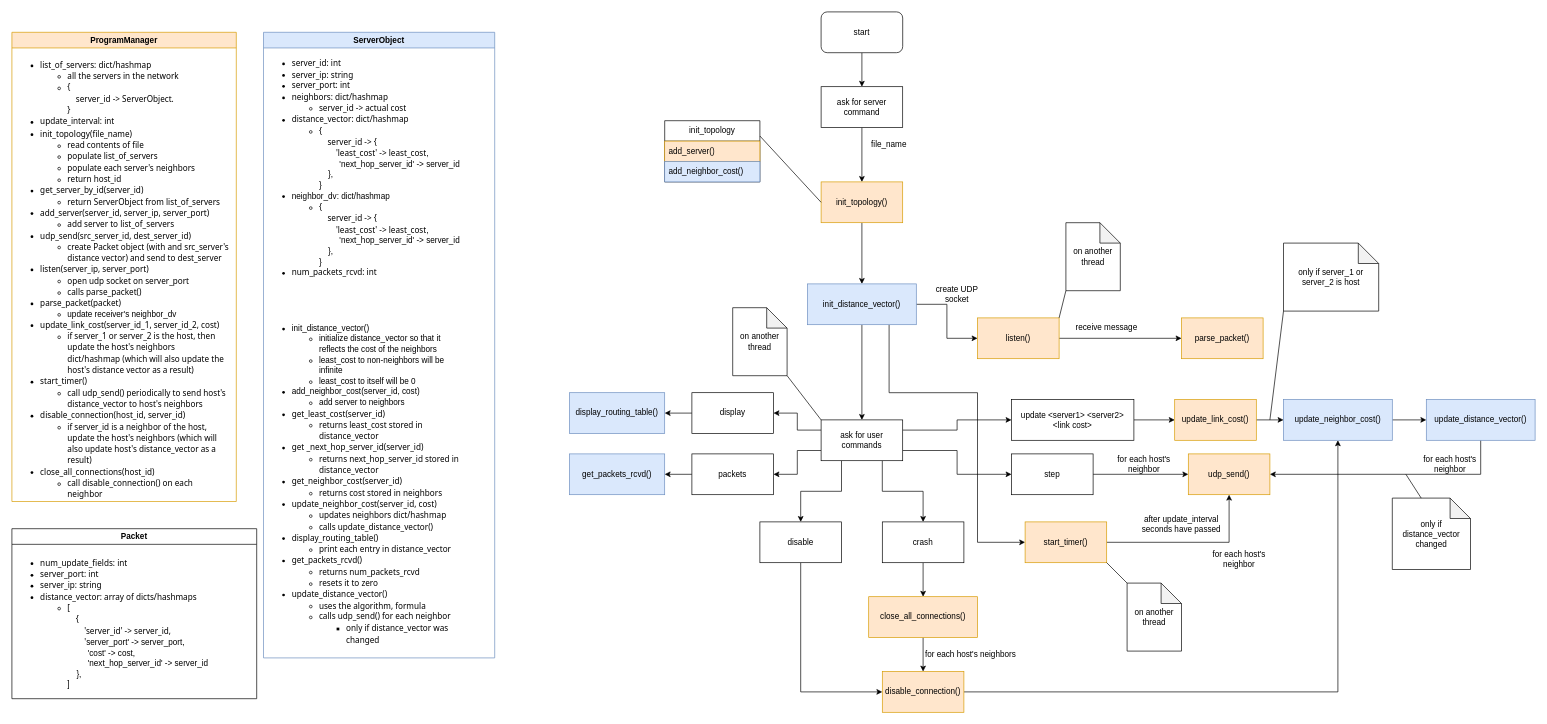
The draw.io diagram pa2.drawio in ntrllog/Distance-Vector-Routing, before the edit. Source tidied: cells renumbered, new cells numbered last; positions are measured from the earlier drawing's top-left corner, leaving out a move shared by most shapes. Both pictures are drawn from the tidied source at 68%, with x=0, y=0 at pixel (12, 12).
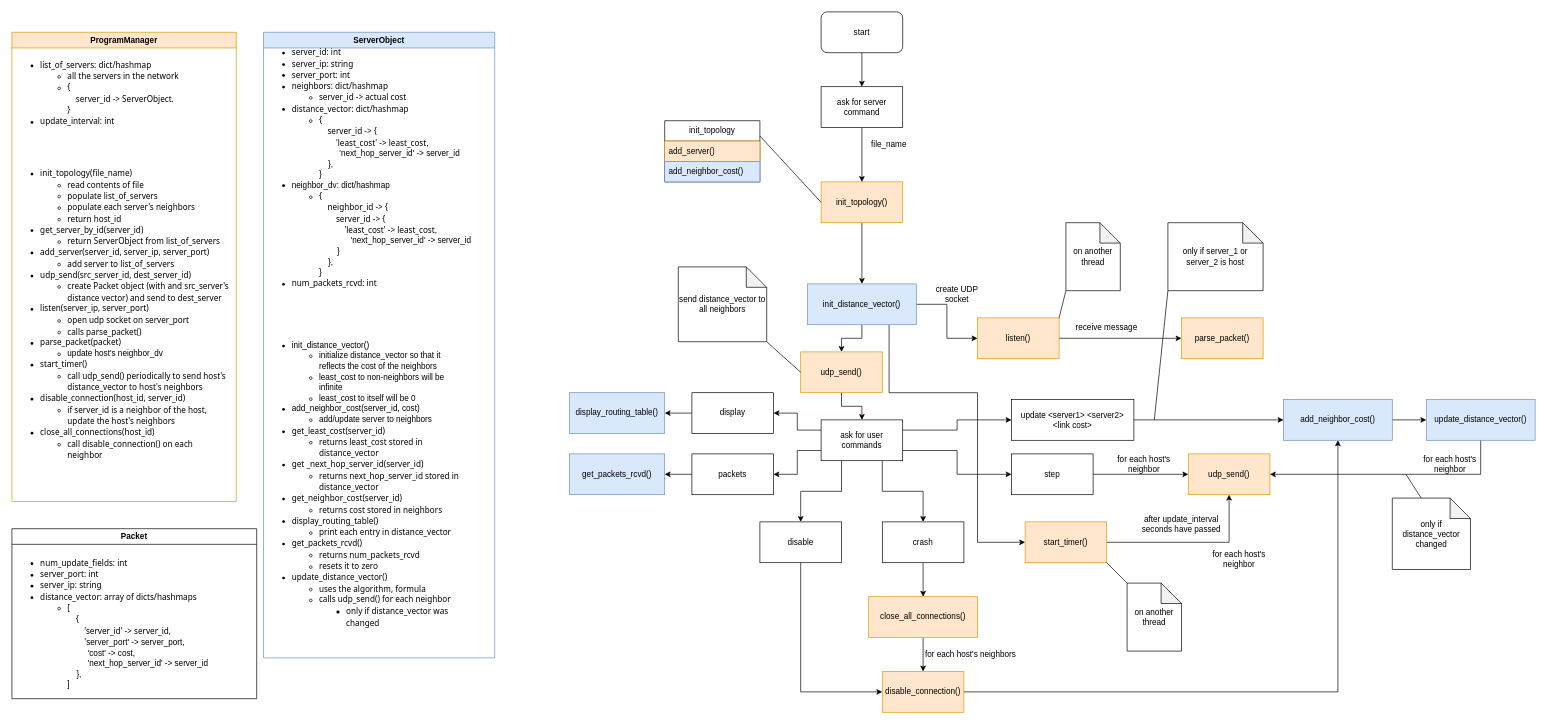
Above is the later version.

The change refers to these unchanged cells:
```xml
<mxCell id="2" value="ProgramManager" style="swimlane;whiteSpace=wrap;html=1;fillColor=#ffe6cc;strokeColor=#d79b00;" parent="1" vertex="1">
  <mxGeometry y="30" width="330" height="690" as="geometry" />
</mxCell>
<mxCell id="5" value="ServerObject" style="swimlane;whiteSpace=wrap;html=1;fillColor=#dae8fc;strokeColor=#6c8ebf;" parent="1" vertex="1">
  <mxGeometry x="370" y="30" width="340" height="920" as="geometry" />
</mxCell>
<mxCell id="17" value="init_distance_vector()" style="rounded=0;whiteSpace=wrap;html=1;fillColor=#dae8fc;strokeColor=#6c8ebf;" parent="1" vertex="1">
  <mxGeometry x="1170" y="400" width="160" height="60" as="geometry" />
</mxCell>
<mxCell id="28" value="ask for user commands" style="rounded=0;whiteSpace=wrap;html=1;" parent="1" vertex="1">
  <mxGeometry x="1190" y="600" width="120" height="60" as="geometry" />
</mxCell>
<mxCell id="30" value="update &amp;lt;server1&amp;gt; &amp;lt;server2&amp;gt; &amp;lt;link cost&amp;gt;" style="rounded=0;whiteSpace=wrap;html=1;" parent="1" vertex="1">
  <mxGeometry x="1470" y="570" width="180" height="60" as="geometry" />
</mxCell>
```

What changed in the source:
```diff
@@
-    <mxCell id="4" value="&lt;p style=&quot;line-height: 130%;&quot;&gt;&lt;/p&gt;&lt;div align=&quot;left&quot;&gt;&lt;ul style=&quot;line-height: 130%;&quot;&gt;&lt;li&gt;&lt;font face=&quot;Tahoma&quot;&gt;init_topology(file_name)&lt;br&gt;&lt;/font&gt;&lt;/li&gt;&lt;ul style=&quot;line-height: 130%;&quot;&gt;&lt;li style=&quot;border-color: var(--border-color);&quot;&gt;&lt;font style=&quot;border-color: var(--border-color);&quot; face=&quot;Tahoma&quot;&gt;read contents of file&lt;/font&gt;&lt;/li&gt;&lt;li&gt;&lt;font face=&quot;Tahoma&quot;&gt;populate list_of_servers&lt;/font&gt;&lt;/li&gt;&lt;li&gt;&lt;font face=&quot;Tahoma&quot;&gt;populate each server's neighbors&lt;/font&gt;&lt;/li&gt;&lt;li&gt;&lt;font face=&quot;Tahoma&quot;&gt;return host_id&lt;/font&gt;&lt;/li&gt;&lt;/ul&gt;&lt;li&gt;&lt;font face=&quot;Tahoma&quot;&gt;get_server_by_id(server_id)&lt;/font&gt;&lt;/li&gt;&lt;ul&gt;&lt;li&gt;&lt;font face=&quot;Tahoma&quot;&gt;return ServerObject from list_of_servers&lt;/font&gt;&lt;/li&gt;&lt;/ul&gt;&lt;li&gt;&lt;font face=&quot;Tahoma&quot;&gt;add_server(server_id, server_ip, server_port)&lt;/font&gt;&lt;/li&gt;&lt;ul&gt;&lt;li&gt;&lt;font face=&quot;Tahoma&quot;&gt;add server to list_of_servers&lt;/font&gt;&lt;/li&gt;&lt;/ul&gt;&lt;li&gt;&lt;font face=&quot;Tahoma&quot;&gt;udp_send(src_server_id, dest_server_id)&lt;/font&gt;&lt;/li&gt;&lt;ul&gt;&lt;li&gt;&lt;font face=&quot;Tahoma&quot;&gt;create Packet object (with and src_server's distance vector) and send to dest_server&lt;/font&gt;&lt;/li&gt;&lt;/ul&gt;&lt;li&gt;&lt;font face=&quot;Tahoma&quot;&gt;listen(server_ip, server_port)&lt;/font&gt;&lt;/li&gt;&lt;ul&gt;&lt;li&gt;&lt;font face=&quot;Tahoma&quot;&gt;open udp socket on server_port&lt;/font&gt;&lt;/li&gt;&lt;li&gt;&lt;font face=&quot;Tahoma&quot;&gt;calls parse_packet()&lt;/font&gt;&lt;/li&gt;&lt;/ul&gt;&lt;li&gt;&lt;font face=&quot;Tahoma&quot;&gt;parse_packet(packet)&lt;/font&gt;&lt;/li&gt;&lt;ul&gt;&lt;li&gt;update receiver's neighbor_dv&lt;/li&gt;&lt;/ul&gt;&lt;li&gt;&lt;font face=&quot;Tahoma&quot;&gt;update_link_cost(server_id_1, server_id_2, cost)&lt;/font&gt;&lt;/li&gt;&lt;ul&gt;&lt;li&gt;&lt;font face=&quot;Tahoma&quot;&gt;if server_1 or server_2 is the host, then update the host's neighbors dict/hashmap (which will also update the host's distance vector as a result)&lt;/font&gt;&lt;/li&gt;&lt;/ul&gt;&lt;li&gt;&lt;font face=&quot;Tahoma&quot;&gt;start_timer()&lt;/font&gt;&lt;/li&gt;&lt;ul&gt;&lt;li&gt;&lt;font face=&quot;Tahoma&quot;&gt;call udp_send() periodically to send host's distance_vector to host's neighbors&lt;/font&gt;&lt;/li&gt;&lt;/ul&gt;&lt;li&gt;&lt;font face=&quot;Tahoma&quot;&gt;disable_connection(host_id, server_id)&lt;/font&gt;&lt;/li&gt;&lt;ul&gt;&lt;li&gt;&lt;font face=&quot;Tahoma&quot;&gt;if server_id is a neighbor of the host, update the host's neighbors (which will also update host's distance_vector as a result)&lt;/font&gt;&lt;/li&gt;&lt;/ul&gt;&lt;li&gt;&lt;font face=&quot;Tahoma&quot;&gt;close_all_connections(host_id)&lt;/font&gt;&lt;/li&gt;&lt;ul&gt;&lt;li&gt;&lt;font face=&quot;Tahoma&quot;&gt;call disable_connection() on each neighbor&lt;/font&gt;&lt;/li&gt;&lt;/ul&gt;&lt;/ul&gt;&lt;/div&gt;&lt;p&gt;&lt;/p&gt;" style="text;html=1;strokeColor=none;fillColor=none;align=left;verticalAlign=middle;whiteSpace=wrap;rounded=0;" parent="2" vertex="1">
+    <mxCell id="4" value="&lt;p style=&quot;line-height: 130%;&quot;&gt;&lt;/p&gt;&lt;div align=&quot;left&quot;&gt;&lt;ul style=&quot;line-height: 130%;&quot;&gt;&lt;li&gt;&lt;font face=&quot;Tahoma&quot;&gt;init_topology(file_name)&lt;br&gt;&lt;/font&gt;&lt;/li&gt;&lt;ul style=&quot;line-height: 130%;&quot;&gt;&lt;li style=&quot;border-color: var(--border-color);&quot;&gt;&lt;font style=&quot;border-color: var(--border-color);&quot; face=&quot;Tahoma&quot;&gt;read contents of file&lt;/font&gt;&lt;/li&gt;&lt;li&gt;&lt;font face=&quot;Tahoma&quot;&gt;populate list_of_servers&lt;/font&gt;&lt;/li&gt;&lt;li&gt;&lt;font face=&quot;Tahoma&quot;&gt;populate each server's neighbors&lt;/font&gt;&lt;/li&gt;&lt;li&gt;&lt;font face=&quot;Tahoma&quot;&gt;return host_id&lt;/font&gt;&lt;/li&gt;&lt;/ul&gt;&lt;li&gt;&lt;font face=&quot;Tahoma&quot;&gt;get_server_by_id(server_id)&lt;/font&gt;&lt;/li&gt;&lt;ul&gt;&lt;li&gt;&lt;font face=&quot;Tahoma&quot;&gt;return ServerObject from list_of_servers&lt;/font&gt;&lt;/li&gt;&lt;/ul&gt;&lt;li&gt;&lt;font face=&quot;Tahoma&quot;&gt;add_server(server_id, server_ip, server_port)&lt;/font&gt;&lt;/li&gt;&lt;ul&gt;&lt;li&gt;&lt;font face=&quot;Tahoma&quot;&gt;add server to list_of_servers&lt;/font&gt;&lt;/li&gt;&lt;/ul&gt;&lt;li&gt;&lt;font face=&quot;Tahoma&quot;&gt;udp_send(src_server_id, dest_server_id)&lt;/font&gt;&lt;/li&gt;&lt;ul&gt;&lt;li&gt;&lt;font face=&quot;Tahoma&quot;&gt;create Packet object (with and src_server's distance vector) and send to dest_server&lt;/font&gt;&lt;/li&gt;&lt;/ul&gt;&lt;li&gt;&lt;font face=&quot;Tahoma&quot;&gt;listen(server_ip, server_port)&lt;/font&gt;&lt;/li&gt;&lt;ul&gt;&lt;li&gt;&lt;font face=&quot;Tahoma&quot;&gt;open udp socket on server_port&lt;/font&gt;&lt;/li&gt;&lt;li&gt;&lt;font face=&quot;Tahoma&quot;&gt;calls parse_packet()&lt;/font&gt;&lt;/li&gt;&lt;/ul&gt;&lt;li&gt;&lt;font face=&quot;Tahoma&quot;&gt;parse_packet(packet)&lt;/font&gt;&lt;/li&gt;&lt;ul&gt;&lt;li&gt;update host's neighbor_dv&lt;/li&gt;&lt;/ul&gt;&lt;li&gt;&lt;font face=&quot;Tahoma&quot;&gt;start_timer()&lt;/font&gt;&lt;/li&gt;&lt;ul&gt;&lt;li&gt;&lt;font face=&quot;Tahoma&quot;&gt;call udp_send() periodically to send host's distance_vector to host's neighbors&lt;/font&gt;&lt;/li&gt;&lt;/ul&gt;&lt;li&gt;&lt;font face=&quot;Tahoma&quot;&gt;disable_connection(host_id, server_id)&lt;/font&gt;&lt;/li&gt;&lt;ul&gt;&lt;li&gt;&lt;font face=&quot;Tahoma&quot;&gt;if server_id is a neighbor of the host, update the host's neighbors&lt;/font&gt;&lt;/li&gt;&lt;/ul&gt;&lt;li&gt;&lt;font face=&quot;Tahoma&quot;&gt;close_all_connections(host_id)&lt;/font&gt;&lt;/li&gt;&lt;ul&gt;&lt;li&gt;&lt;font face=&quot;Tahoma&quot;&gt;call disable_connection() on each neighbor&lt;/font&gt;&lt;/li&gt;&lt;/ul&gt;&lt;/ul&gt;&lt;/div&gt;&lt;p&gt;&lt;/p&gt;" style="text;html=1;strokeColor=none;fillColor=none;align=left;verticalAlign=middle;whiteSpace=wrap;rounded=0;" parent="2" vertex="1">
       <mxGeometry y="150" width="320" height="530" as="geometry" />
     </mxCell>
@@
-    <mxCell id="6" value="&lt;p style=&quot;line-height: 120%;&quot;&gt;&lt;/p&gt;&lt;div align=&quot;left&quot;&gt;&lt;ul style=&quot;line-height: 130%;&quot;&gt;&lt;li&gt;&lt;font face=&quot;Tahoma&quot;&gt;server_id: int&lt;/font&gt;&lt;/li&gt;&lt;li&gt;&lt;font face=&quot;Tahoma&quot;&gt;server_ip: string&lt;/font&gt;&lt;/li&gt;&lt;li&gt;&lt;font face=&quot;Tahoma&quot;&gt;server_port: int&lt;/font&gt;&lt;/li&gt;&lt;li&gt;&lt;font face=&quot;Tahoma&quot;&gt;neighbors: dict/hashmap&lt;/font&gt;&lt;/li&gt;&lt;ul style=&quot;line-height: 130%;&quot;&gt;&lt;li&gt;&lt;font face=&quot;Tahoma&quot;&gt;server_id -&amp;gt; actual cost&lt;/font&gt;&lt;/li&gt;&lt;/ul&gt;&lt;li&gt;&lt;font face=&quot;Tahoma&quot;&gt;distance_vector: dict/hashmap&lt;/font&gt;&lt;/li&gt;&lt;ul style=&quot;line-height: 130%;&quot;&gt;&lt;li&gt;&lt;font face=&quot;Tahoma&quot;&gt;{&lt;br&gt;&amp;nbsp; &amp;nbsp; server_id -&amp;gt; {&lt;br&gt;&amp;nbsp; &amp;nbsp; &amp;nbsp; &amp;nbsp; 'least_cost' -&amp;gt; least_cost&lt;/font&gt;,&lt;br&gt;&amp;nbsp; &amp;nbsp; &amp;nbsp; &amp;nbsp; &amp;nbsp;'next_hop_server_id' -&amp;gt; server_id&lt;br&gt;&amp;nbsp; &amp;nbsp; },&lt;br&gt;}&lt;/li&gt;&lt;/ul&gt;&lt;li&gt;neighbor_dv: dict/hashmap&lt;/li&gt;&lt;ul&gt;&lt;li style=&quot;border-color: var(--border-color);&quot;&gt;&lt;font style=&quot;border-color: var(--border-color);&quot; face=&quot;Tahoma&quot;&gt;{&lt;br style=&quot;border-color: var(--border-color);&quot;&gt;&amp;nbsp; &amp;nbsp; server_id -&amp;gt; {&lt;br style=&quot;border-color: var(--border-color);&quot;&gt;&amp;nbsp; &amp;nbsp; &amp;nbsp; &amp;nbsp; 'least_cost' -&amp;gt; least_cost&lt;/font&gt;,&lt;br style=&quot;border-color: var(--border-color);&quot;&gt;&amp;nbsp; &amp;nbsp; &amp;nbsp; &amp;nbsp; &amp;nbsp;'next_hop_server_id' -&amp;gt; server_id&lt;br style=&quot;border-color: var(--border-color);&quot;&gt;&amp;nbsp; &amp;nbsp; },&lt;br style=&quot;border-color: var(--border-color);&quot;&gt;}&lt;/li&gt;&lt;/ul&gt;&lt;li&gt;&lt;font face=&quot;Tahoma&quot;&gt;num_packets_rcvd: int&lt;/font&gt;&lt;/li&gt;&lt;/ul&gt;&lt;/div&gt;&lt;p&gt;&lt;/p&gt;" style="text;html=1;strokeColor=none;fillColor=none;align=left;verticalAlign=middle;whiteSpace=wrap;rounded=0;" parent="5" vertex="1">
+    <mxCell id="6" value="&lt;p style=&quot;line-height: 120%;&quot;&gt;&lt;/p&gt;&lt;div align=&quot;left&quot;&gt;&lt;ul style=&quot;line-height: 130%;&quot;&gt;&lt;li&gt;&lt;font face=&quot;Tahoma&quot;&gt;server_id: int&lt;/font&gt;&lt;/li&gt;&lt;li&gt;&lt;font face=&quot;Tahoma&quot;&gt;server_ip: string&lt;/font&gt;&lt;/li&gt;&lt;li&gt;&lt;font face=&quot;Tahoma&quot;&gt;server_port: int&lt;/font&gt;&lt;/li&gt;&lt;li&gt;&lt;font face=&quot;Tahoma&quot;&gt;neighbors: dict/hashmap&lt;/font&gt;&lt;/li&gt;&lt;ul style=&quot;line-height: 130%;&quot;&gt;&lt;li&gt;&lt;font face=&quot;Tahoma&quot;&gt;server_id -&amp;gt; actual cost&lt;/font&gt;&lt;/li&gt;&lt;/ul&gt;&lt;li&gt;&lt;font face=&quot;Tahoma&quot;&gt;distance_vector: dict/hashmap&lt;/font&gt;&lt;/li&gt;&lt;ul style=&quot;line-height: 130%;&quot;&gt;&lt;li&gt;&lt;font face=&quot;Tahoma&quot;&gt;{&lt;br&gt;&amp;nbsp; &amp;nbsp; server_id -&amp;gt; {&lt;br&gt;&amp;nbsp; &amp;nbsp; &amp;nbsp; &amp;nbsp; 'least_cost' -&amp;gt; least_cost&lt;/font&gt;,&lt;br&gt;&amp;nbsp; &amp;nbsp; &amp;nbsp; &amp;nbsp; &amp;nbsp;'next_hop_server_id' -&amp;gt; server_id&lt;br&gt;&amp;nbsp; &amp;nbsp; },&lt;br&gt;}&lt;/li&gt;&lt;/ul&gt;&lt;li&gt;neighbor_dv: dict/hashmap&lt;/li&gt;&lt;ul&gt;&lt;li style=&quot;border-color: var(--border-color);&quot;&gt;&lt;font style=&quot;border-color: var(--border-color);&quot; face=&quot;Tahoma&quot;&gt;{&lt;br style=&quot;border-color: var(--border-color);&quot;&gt;&amp;nbsp; &amp;nbsp; neighbor_id -&amp;gt; {&lt;br&gt;&amp;nbsp; &amp;nbsp; &amp;nbsp; &amp;nbsp; server_id -&amp;gt; {&lt;br style=&quot;border-color: var(--border-color);&quot;&gt;&amp;nbsp; &amp;nbsp; &amp;nbsp; &amp;nbsp; &amp;nbsp; &amp;nbsp; 'least_cost' -&amp;gt; least_cost&lt;/font&gt;,&lt;br style=&quot;border-color: var(--border-color);&quot;&gt;&amp;nbsp; &amp;nbsp; &amp;nbsp; &amp;nbsp; &amp;nbsp; &amp;nbsp; &amp;nbsp; 'next_hop_server_id' -&amp;gt; server_id&lt;br&gt;&amp;nbsp; &amp;nbsp; &amp;nbsp; &amp;nbsp; }&lt;br style=&quot;border-color: var(--border-color);&quot;&gt;&amp;nbsp; &amp;nbsp; },&lt;br style=&quot;border-color: var(--border-color);&quot;&gt;}&lt;/li&gt;&lt;/ul&gt;&lt;li&gt;&lt;font face=&quot;Tahoma&quot;&gt;num_packets_rcvd: int&lt;/font&gt;&lt;/li&gt;&lt;/ul&gt;&lt;/div&gt;&lt;p&gt;&lt;/p&gt;" style="text;html=1;strokeColor=none;fillColor=none;align=left;verticalAlign=middle;whiteSpace=wrap;rounded=0;" parent="5" vertex="1">
       <mxGeometry y="30" width="340" height="340" as="geometry" />
     </mxCell>
-    <mxCell id="7" value="&lt;p style=&quot;line-height: 100%;&quot;&gt;&lt;/p&gt;&lt;div style=&quot;line-height: 130%;&quot; align=&quot;left&quot;&gt;&lt;ul style=&quot;line-height: 130%;&quot;&gt;&lt;li&gt;init_distance_vector()&lt;/li&gt;&lt;ul&gt;&lt;li&gt;initialize distance_vector so that it reflects the cost of the neighbors&lt;/li&gt;&lt;li&gt;least_cost to non-neighbors will be infinite&lt;/li&gt;&lt;li&gt;least_cost to itself will be 0&lt;/li&gt;&lt;/ul&gt;&lt;li&gt;add_neighbor_cost(server_id, cost)&lt;/li&gt;&lt;ul&gt;&lt;li&gt;add server to neighbors&lt;/li&gt;&lt;/ul&gt;&lt;li&gt;&lt;font face=&quot;Tahoma&quot;&gt;get_least_cost(server_id)&lt;/font&gt;&lt;/li&gt;&lt;ul style=&quot;line-height: 130%;&quot;&gt;&lt;li&gt;&lt;font face=&quot;Tahoma&quot;&gt;returns least_cost stored in distance_vector&lt;/font&gt;&lt;/li&gt;&lt;/ul&gt;&lt;li&gt;&lt;font face=&quot;Tahoma&quot;&gt;get _next_hop_server_id(server_id)&lt;/font&gt;&lt;/li&gt;&lt;ul&gt;&lt;li style=&quot;border-color: var(--border-color);&quot;&gt;&lt;font style=&quot;border-color: var(--border-color);&quot; face=&quot;Tahoma&quot;&gt;returns next_hop_server_id stored in distance_vector&lt;/font&gt;&lt;/li&gt;&lt;/ul&gt;&lt;li&gt;&lt;font face=&quot;Tahoma&quot;&gt;get_neighbor_cost(server_id)&lt;/font&gt;&lt;/li&gt;&lt;ul&gt;&lt;li&gt;&lt;font face=&quot;Tahoma&quot;&gt;returns cost stored in neighbors&lt;/font&gt;&lt;/li&gt;&lt;/ul&gt;&lt;li&gt;&lt;font face=&quot;Tahoma&quot;&gt;update_neighbor_cost(server_id, cost)&lt;/font&gt;&lt;/li&gt;&lt;ul&gt;&lt;li&gt;&lt;font face=&quot;Tahoma&quot;&gt;updates neighbors dict/hashmap&lt;br&gt;&lt;/font&gt;&lt;/li&gt;&lt;li&gt;&lt;font face=&quot;Tahoma&quot;&gt;calls update_distance_vector()&lt;/font&gt;&lt;/li&gt;&lt;/ul&gt;&lt;li&gt;&lt;font face=&quot;Tahoma&quot;&gt;display_routing_table()&lt;/font&gt;&lt;/li&gt;&lt;ul&gt;&lt;li&gt;&lt;font face=&quot;Tahoma&quot;&gt;print each entry in distance_vector&lt;/font&gt;&lt;/li&gt;&lt;/ul&gt;&lt;li&gt;&lt;font face=&quot;Tahoma&quot;&gt;get_packets_rcvd()&lt;/font&gt;&lt;/li&gt;&lt;ul&gt;&lt;li&gt;&lt;font face=&quot;Tahoma&quot;&gt;returns num_packets_rcvd&lt;/font&gt;&lt;/li&gt;&lt;li&gt;&lt;font face=&quot;Tahoma&quot;&gt;resets it to zero&lt;/font&gt;&lt;/li&gt;&lt;/ul&gt;&lt;li&gt;&lt;font face=&quot;Tahoma&quot;&gt;update_distance_vector()&lt;/font&gt;&lt;/li&gt;&lt;ul&gt;&lt;li&gt;&lt;font face=&quot;Tahoma&quot;&gt;uses the algorithm, formula&lt;/font&gt;&lt;/li&gt;&lt;li&gt;&lt;font face=&quot;Tahoma&quot;&gt;calls udp_send() for each neighbor&lt;/font&gt;&lt;/li&gt;&lt;ul&gt;&lt;li&gt;&lt;font face=&quot;Tahoma&quot;&gt;only if distance_vector was changed&lt;/font&gt;&lt;/li&gt;&lt;/ul&gt;&lt;/ul&gt;&lt;/ul&gt;&lt;/div&gt;&lt;p&gt;&lt;/p&gt;" style="text;html=1;strokeColor=none;fillColor=none;align=left;verticalAlign=middle;whiteSpace=wrap;rounded=0;" parent="5" vertex="1">
+    <mxCell id="7" value="&lt;p style=&quot;line-height: 100%;&quot;&gt;&lt;/p&gt;&lt;div style=&quot;line-height: 130%;&quot; align=&quot;left&quot;&gt;&lt;ul style=&quot;line-height: 130%;&quot;&gt;&lt;li&gt;init_distance_vector()&lt;/li&gt;&lt;ul&gt;&lt;li&gt;initialize distance_vector so that it reflects the cost of the neighbors&lt;/li&gt;&lt;li&gt;least_cost to non-neighbors will be infinite&lt;/li&gt;&lt;li&gt;least_cost to itself will be 0&lt;/li&gt;&lt;/ul&gt;&lt;li&gt;add_neighbor_cost(server_id, cost)&lt;/li&gt;&lt;ul&gt;&lt;li&gt;add/update server to neighbors&lt;/li&gt;&lt;/ul&gt;&lt;li&gt;&lt;font face=&quot;Tahoma&quot;&gt;get_least_cost(server_id)&lt;/font&gt;&lt;/li&gt;&lt;ul style=&quot;line-height: 130%;&quot;&gt;&lt;li&gt;&lt;font face=&quot;Tahoma&quot;&gt;returns least_cost stored in distance_vector&lt;/font&gt;&lt;/li&gt;&lt;/ul&gt;&lt;li&gt;&lt;font face=&quot;Tahoma&quot;&gt;get _next_hop_server_id(server_id)&lt;/font&gt;&lt;/li&gt;&lt;ul&gt;&lt;li style=&quot;border-color: var(--border-color);&quot;&gt;&lt;font style=&quot;border-color: var(--border-color);&quot; face=&quot;Tahoma&quot;&gt;returns next_hop_server_id stored in distance_vector&lt;/font&gt;&lt;/li&gt;&lt;/ul&gt;&lt;li&gt;&lt;font face=&quot;Tahoma&quot;&gt;get_neighbor_cost(server_id)&lt;/font&gt;&lt;/li&gt;&lt;ul&gt;&lt;li&gt;&lt;font face=&quot;Tahoma&quot;&gt;returns cost stored in neighbors&lt;/font&gt;&lt;/li&gt;&lt;/ul&gt;&lt;li&gt;&lt;font face=&quot;Tahoma&quot;&gt;display_routing_table()&lt;/font&gt;&lt;/li&gt;&lt;ul&gt;&lt;li&gt;&lt;font face=&quot;Tahoma&quot;&gt;print each entry in distance_vector&lt;/font&gt;&lt;/li&gt;&lt;/ul&gt;&lt;li&gt;&lt;font face=&quot;Tahoma&quot;&gt;get_packets_rcvd()&lt;/font&gt;&lt;/li&gt;&lt;ul&gt;&lt;li&gt;&lt;font face=&quot;Tahoma&quot;&gt;returns num_packets_rcvd&lt;/font&gt;&lt;/li&gt;&lt;li&gt;&lt;font face=&quot;Tahoma&quot;&gt;resets it to zero&lt;/font&gt;&lt;/li&gt;&lt;/ul&gt;&lt;li&gt;&lt;font face=&quot;Tahoma&quot;&gt;update_distance_vector()&lt;/font&gt;&lt;/li&gt;&lt;ul&gt;&lt;li&gt;&lt;font face=&quot;Tahoma&quot;&gt;uses the algorithm, formula&lt;/font&gt;&lt;/li&gt;&lt;li&gt;&lt;font face=&quot;Tahoma&quot;&gt;calls udp_send() for each neighbor&lt;/font&gt;&lt;/li&gt;&lt;ul&gt;&lt;li&gt;&lt;font face=&quot;Tahoma&quot;&gt;only if distance_vector was changed&lt;/font&gt;&lt;/li&gt;&lt;/ul&gt;&lt;/ul&gt;&lt;/ul&gt;&lt;/div&gt;&lt;p&gt;&lt;/p&gt;" style="text;html=1;strokeColor=none;fillColor=none;align=left;verticalAlign=middle;whiteSpace=wrap;rounded=0;" parent="5" vertex="1">
       <mxGeometry y="430" width="288" height="470" as="geometry" />
     </mxCell>
@@
-    <mxCell id="15" style="edgeStyle=orthogonalEdgeStyle;rounded=0;jettySize=auto;html=1;" parent="1" edge="1" source="17" target="28">
-      <mxGeometry relative="1" as="geometry" />
-    </mxCell>
@@
+    <mxCell id="79" style="edgeStyle=orthogonalEdgeStyle;rounded=0;jettySize=auto;html=1;entryX=0.5;entryY=0;entryDx=0;entryDy=0;" parent="1" edge="1" source="17" target="81">
+      <mxGeometry relative="1" as="geometry" />
+    </mxCell>
@@
-    <mxCell id="29" style="edgeStyle=orthogonalEdgeStyle;rounded=0;jettySize=auto;html=1;entryX=0;entryY=0.5;entryDx=0;entryDy=0;" parent="1" edge="1" source="30" target="47">
+    <mxCell id="29" style="edgeStyle=orthogonalEdgeStyle;rounded=0;jettySize=auto;html=1;entryX=0;entryY=0.5;entryDx=0;entryDy=0;" parent="1" edge="1" source="30" target="72">
       <mxGeometry relative="1" as="geometry" />
     </mxCell>
@@
-    <mxCell id="46" style="edgeStyle=orthogonalEdgeStyle;rounded=0;jettySize=auto;html=1;" parent="1" edge="1" source="47" target="72">
-      <mxGeometry relative="1" as="geometry" />
-    </mxCell>
-    <mxCell id="47" value="update_link_cost()" style="rounded=0;whiteSpace=wrap;html=1;fillColor=#ffe6cc;strokeColor=#d79b00;" parent="1" vertex="1">
-      <mxGeometry x="1710" y="570" width="120" height="60" as="geometry" />
-    </mxCell>
@@
-    <mxCell id="69" value="on another thread" style="shape=note;whiteSpace=wrap;html=1;backgroundOutline=1;darkOpacity=0.05;" parent="1" vertex="1">
-      <mxGeometry x="1060" y="435" width="80" height="100" as="geometry" />
-    </mxCell>
-    <mxCell id="70" style="endArrow=none;html=1;rounded=0;exitX=1;exitY=1;exitDx=0;exitDy=0;exitPerimeter=0;entryX=0;entryY=0;entryDx=0;entryDy=0;" parent="1" edge="1" source="69" target="28">
-      <mxGeometry relative="1" as="geometry" />
-    </mxCell>
@@
-    <mxCell id="72" value="update_neighbor_cost()" style="rounded=0;whiteSpace=wrap;html=1;fillColor=#dae8fc;strokeColor=#6c8ebf;" parent="1" vertex="1">
+    <mxCell id="72" value="add_neighbor_cost()" style="rounded=0;whiteSpace=wrap;html=1;fillColor=#dae8fc;strokeColor=#6c8ebf;" parent="1" vertex="1">
       <mxGeometry x="1870" y="570" width="160" height="60" as="geometry" />
     </mxCell>
@@
     <mxCell id="77" value="only if server_1 or server_2 is host" style="shape=note;whiteSpace=wrap;html=1;backgroundOutline=1;darkOpacity=0.05;" parent="1" vertex="1">
-      <mxGeometry x="1870" y="340" width="140" height="100" as="geometry" />
+      <mxGeometry x="1700" y="310" width="140" height="100" as="geometry" />
     </mxCell>
     <mxCell id="78" style="endArrow=none;html=1;rounded=0;entryX=0;entryY=1;entryDx=0;entryDy=0;entryPerimeter=0;" parent="1" edge="1" target="77">
       <mxGeometry relative="1" as="geometry">
-        <mxPoint x="1850" y="600" as="sourcePoint" />
+        <mxPoint x="1680" y="600" as="sourcePoint" />
       </mxGeometry>
     </mxCell>
+    <mxCell id="80" style="edgeStyle=orthogonalEdgeStyle;rounded=0;jettySize=auto;html=1;entryX=0.5;entryY=0;entryDx=0;entryDy=0;" parent="1" edge="1" source="81" target="28">
+      <mxGeometry relative="1" as="geometry" />
+    </mxCell>
+    <mxCell id="81" value="udp_send()" style="rounded=0;whiteSpace=wrap;html=1;fillColor=#ffe6cc;strokeColor=#d79b00;" parent="1" vertex="1">
+      <mxGeometry x="1160" y="500" width="120" height="60" as="geometry" />
+    </mxCell>
+    <mxCell id="82" value="send distance_vector to all neighbors" style="shape=note;whiteSpace=wrap;html=1;backgroundOutline=1;darkOpacity=0.05;" parent="1" vertex="1">
+      <mxGeometry x="980" y="375" width="130" height="110" as="geometry" />
+    </mxCell>
+    <mxCell id="83" style="endArrow=none;html=1;rounded=0;exitX=1;exitY=1;exitDx=0;exitDy=0;exitPerimeter=0;entryX=0;entryY=0.5;entryDx=0;entryDy=0;" parent="1" edge="1" source="82" target="81">
+      <mxGeometry relative="1" as="geometry" />
+    </mxCell>
```
